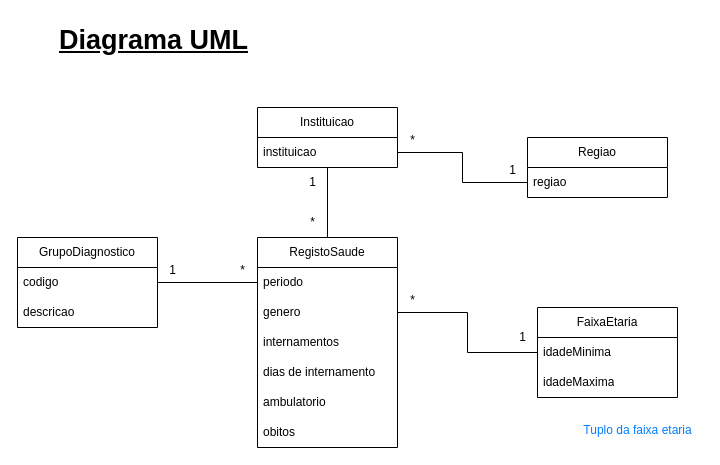
Earlier version of the draw.io diagram DiagramaUML.drawio (Denellyne/DBProject). Source tidied: cells renumbered, new cells numbered last; positions are measured from the earlier drawing's top-left corner, leaving out a move shared by most shapes. Both pictures are drawn from the tidied source at 100%, with x=0, y=0 at pixel (17, 17).
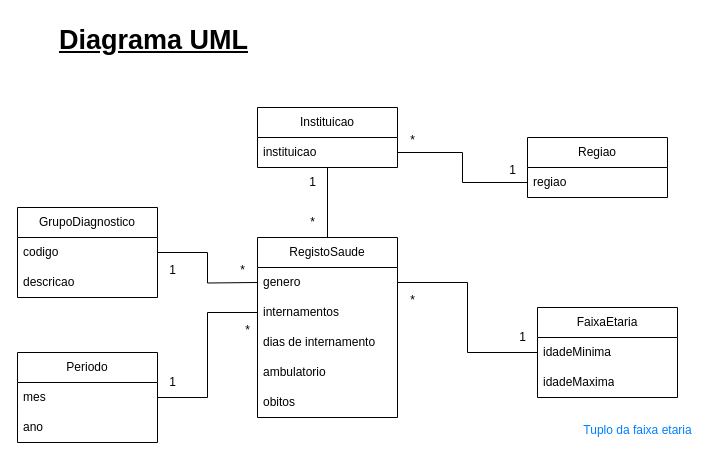
After the change.

Commit message (it also covers changes not shown here):
nova versão de UML

What changed in the source:
```diff
@@
-    <mxCell id="10" style="edgeStyle=orthogonalEdgeStyle;rounded=0;jettySize=auto;html=1;entryX=0;entryY=0.5;entryDx=0;entryDy=0;endArrow=none;endFill=0;" parent="1" edge="1" source="11" target="15">
-      <mxGeometry relative="1" as="geometry" />
+    <mxCell id="10" style="edgeStyle=orthogonalEdgeStyle;rounded=0;jettySize=auto;html=1;entryX=0;entryY=0.5;entryDx=0;entryDy=0;endArrow=none;endFill=0;" parent="1" edge="1" source="11">
+      <mxGeometry relative="1" as="geometry">
+        <mxPoint x="240" y="265" as="targetPoint" />
+      </mxGeometry>
     </mxCell>
     <mxCell id="11" value="GrupoDiagnostico" style="swimlane;fontStyle=0;horizontal=1;startSize=30;whiteSpace=wrap;html=1;" parent="1" vertex="1">
-      <mxGeometry y="220" width="140" height="90" as="geometry" />
+      <mxGeometry y="190" width="140" height="90" as="geometry" />
     </mxCell>
@@
     <mxCell id="14" value="RegistoSaude" style="swimlane;fontStyle=0;horizontal=1;startSize=30;whiteSpace=wrap;html=1;" parent="1" vertex="1">
-      <mxGeometry x="240" y="220" width="140" height="210" as="geometry" />
+      <mxGeometry x="240" y="220" width="140" height="180" as="geometry" />
     </mxCell>
-    <mxCell id="15" value="periodo" style="text;strokeColor=none;fillColor=none;align=left;verticalAlign=middle;spacingLeft=4;spacingRight=4;overflow=hidden;points=[[0,0.5],[1,0.5]];portConstraint=eastwest;whiteSpace=wrap;html=1;" parent="14" vertex="1">
-      <mxGeometry y="30" width="140" height="30" as="geometry" />
-    </mxCell>
     <mxCell id="16" value="genero" style="text;strokeColor=none;fillColor=none;align=left;verticalAlign=middle;spacingLeft=4;spacingRight=4;overflow=hidden;points=[[0,0.5],[1,0.5]];portConstraint=eastwest;whiteSpace=wrap;html=1;" parent="14" vertex="1">
-      <mxGeometry y="60" width="140" height="30" as="geometry" />
+      <mxGeometry y="30" width="140" height="30" as="geometry" />
     </mxCell>
     <mxCell id="17" value="internamentos" style="text;strokeColor=none;fillColor=none;align=left;verticalAlign=middle;spacingLeft=4;spacingRight=4;overflow=hidden;points=[[0,0.5],[1,0.5]];portConstraint=eastwest;whiteSpace=wrap;html=1;" parent="14" vertex="1">
-      <mxGeometry y="90" width="140" height="30" as="geometry" />
+      <mxGeometry y="60" width="140" height="30" as="geometry" />
     </mxCell>
     <mxCell id="18" value="dias de internamento" style="text;strokeColor=none;fillColor=none;align=left;verticalAlign=middle;spacingLeft=4;spacingRight=4;overflow=hidden;whiteSpace=wrap;html=1;" parent="14" vertex="1">
-      <mxGeometry y="120" width="140" height="30" as="geometry" />
+      <mxGeometry y="90" width="140" height="30" as="geometry" />
     </mxCell>
     <mxCell id="19" value="ambulatorio" style="text;strokeColor=none;fillColor=none;align=left;verticalAlign=middle;spacingLeft=4;spacingRight=4;overflow=hidden;whiteSpace=wrap;html=1;" parent="14" vertex="1">
-      <mxGeometry y="150" width="140" height="30" as="geometry" />
+      <mxGeometry y="120" width="140" height="30" as="geometry" />
     </mxCell>
     <mxCell id="20" value="obitos" style="text;strokeColor=none;fillColor=none;align=left;verticalAlign=middle;spacingLeft=4;spacingRight=4;overflow=hidden;whiteSpace=wrap;html=1;" parent="14" vertex="1">
-      <mxGeometry y="180" width="140" height="30" as="geometry" />
+      <mxGeometry y="150" width="140" height="30" as="geometry" />
     </mxCell>
@@
+    <mxCell id="33" value="Periodo" style="swimlane;fontStyle=0;horizontal=1;startSize=30;whiteSpace=wrap;html=1;" parent="1" vertex="1">
+      <mxGeometry y="335" width="140" height="90" as="geometry" />
+    </mxCell>
+    <mxCell id="34" value="mes" style="text;strokeColor=none;fillColor=none;align=left;verticalAlign=middle;spacingLeft=4;spacingRight=4;overflow=hidden;points=[[0,0.5],[1,0.5]];portConstraint=eastwest;whiteSpace=wrap;html=1;" parent="33" vertex="1">
+      <mxGeometry y="30" width="140" height="30" as="geometry" />
+    </mxCell>
+    <mxCell id="35" value="ano" style="text;strokeColor=none;fillColor=none;align=left;verticalAlign=middle;spacingLeft=4;spacingRight=4;overflow=hidden;whiteSpace=wrap;html=1;" parent="33" vertex="1">
+      <mxGeometry y="60" width="140" height="30" as="geometry" />
+    </mxCell>
+    <mxCell id="36" style="edgeStyle=orthogonalEdgeStyle;rounded=0;jettySize=auto;html=1;entryX=0;entryY=0.5;entryDx=0;entryDy=0;endArrow=none;endFill=0;" parent="1" edge="1" source="34" target="17">
+      <mxGeometry relative="1" as="geometry" />
+    </mxCell>
+    <mxCell id="37" value="1" style="text;html=1;align=center;verticalAlign=middle;strokeColor=none;fillColor=none;" parent="1" vertex="1">
+      <mxGeometry x="140" y="350" width="30" height="30" as="geometry" />
+    </mxCell>
+    <mxCell id="38" value="*" style="text;html=1;align=center;verticalAlign=middle;strokeColor=none;fillColor=none;" parent="1" vertex="1">
+      <mxGeometry x="215" y="298" width="30" height="30" as="geometry" />
+    </mxCell>
```
